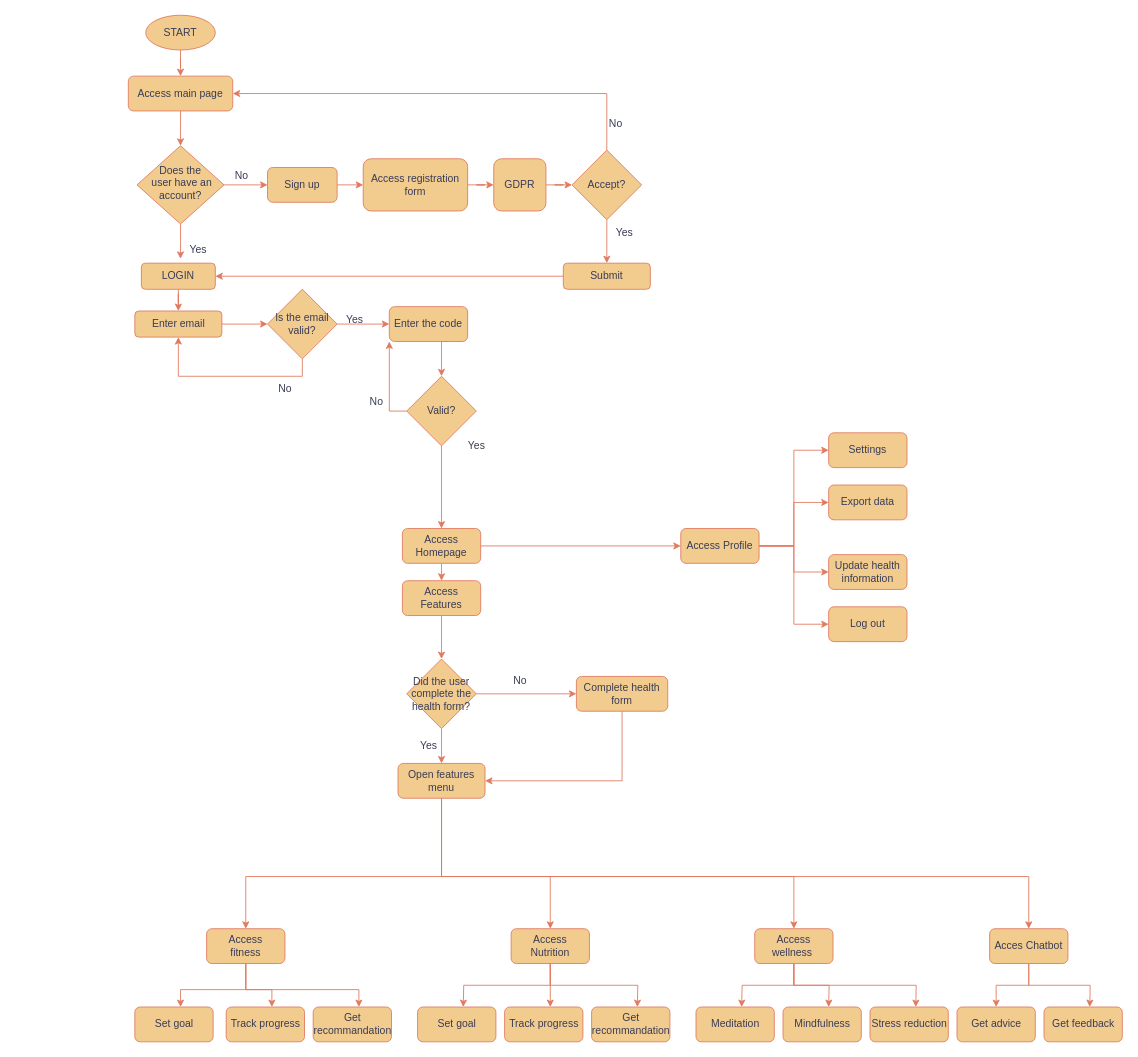
Above: Untitled Diagram.drawio in MihalacheDiana/IP2023 (draw.io), before the change. Source tidied: cells renumbered, new cells numbered last; positions are measured from the earlier drawing's top-left corner, leaving out a move shared by most shapes. Both pictures are drawn from the tidied source at 87%, with x=0, y=0 at pixel (128, 15).
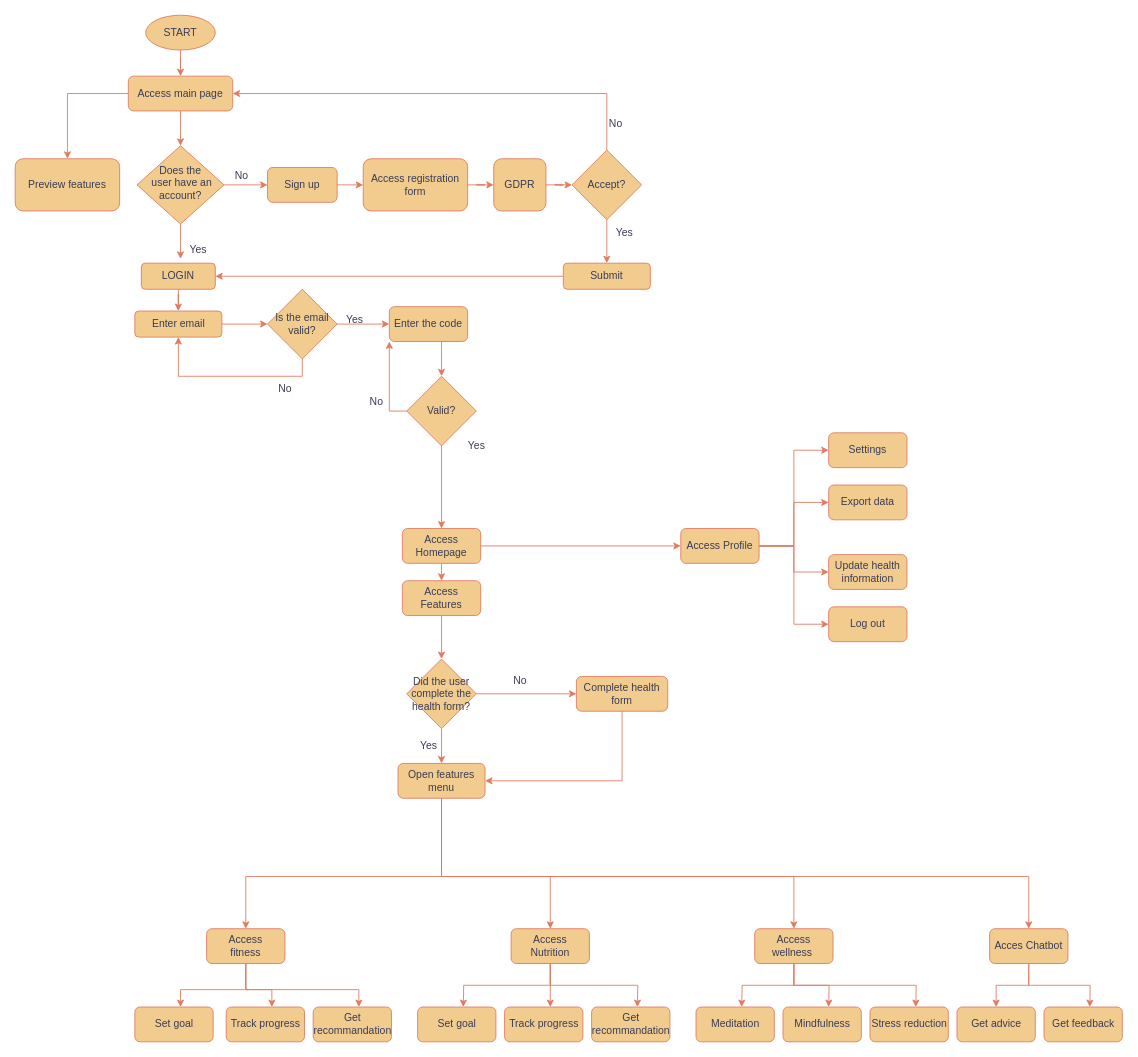
The same diagram, later.

The change refers to these unchanged cells:
```xml
<mxCell id="3" value="Access main page" style="rounded=1;whiteSpace=wrap;html=1;fontSize=12;glass=0;strokeWidth=1;shadow=0;labelBackgroundColor=none;fillColor=#F2CC8F;strokeColor=#E07A5F;fontColor=#393C56;" parent="1" vertex="1">
  <mxGeometry y="70" width="120" height="40" as="geometry" />
</mxCell>
```

Change to the diagram source:
```diff
@@
+    <mxCell id="95" style="edgeStyle=orthogonalEdgeStyle;rounded=0;jettySize=auto;html=1;strokeColor=#E07A5F;fontColor=#393C56;fillColor=#F2CC8F;" parent="1" edge="1" source="3" target="96">
+      <mxGeometry relative="1" as="geometry" />
+    </mxCell>
@@
+    <mxCell id="96" value="Preview features" style="whiteSpace=wrap;html=1;fillColor=#F2CC8F;strokeColor=#E07A5F;fontColor=#393C56;rounded=1;glass=0;strokeWidth=1;shadow=0;labelBackgroundColor=none;" parent="1" vertex="1">
+      <mxGeometry x="-130" y="165" width="120" height="60" as="geometry" />
+    </mxCell>
```
